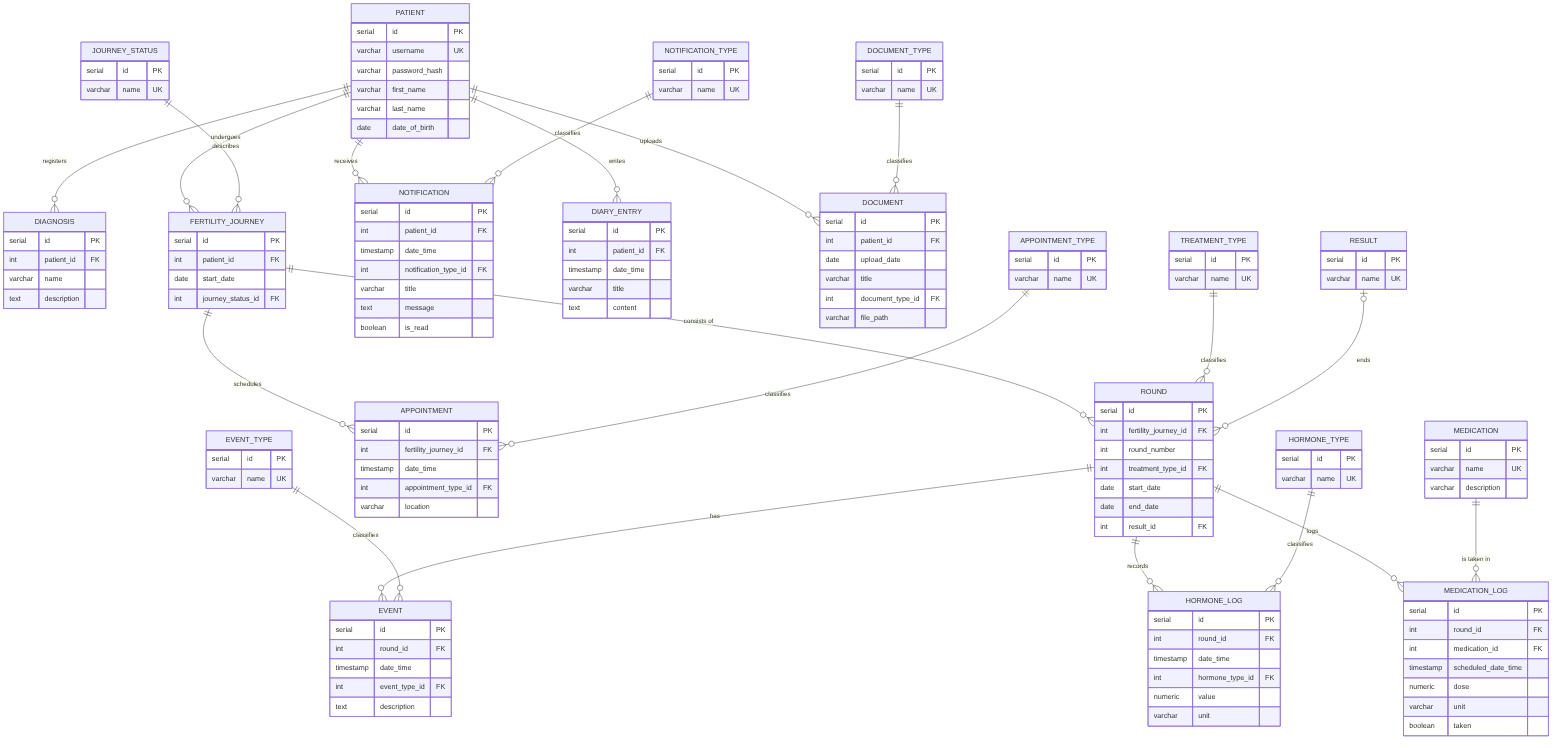
The Mermaid diagram doc/database/ERD.png in BesimaP/Simpl-PET-project, before a commit. Its source is kept beside it as doc/database/ERD.mmd.
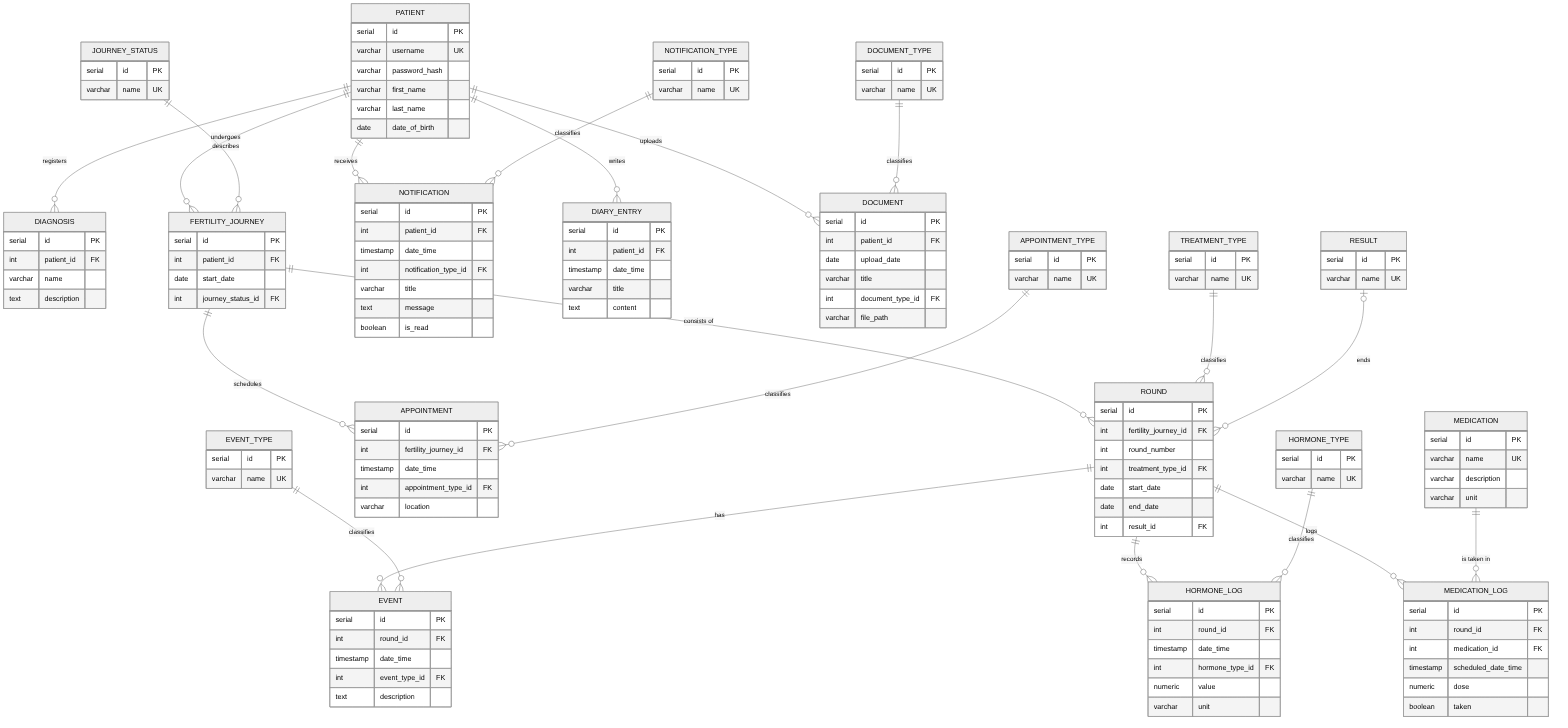
After the commit.

What changed in the source:
```diff
@@ -73,6 +73,7 @@
     serial id PK
     varchar name UK
     varchar description
+    varchar unit
   }
   MEDICATION_LOG {
     serial id PK
@@ -80,7 +81,6 @@
     int medication_id FK
     timestamp scheduled_date_time
     numeric dose
-    varchar unit
     boolean taken
   }
   HORMONE_LOG {
```
